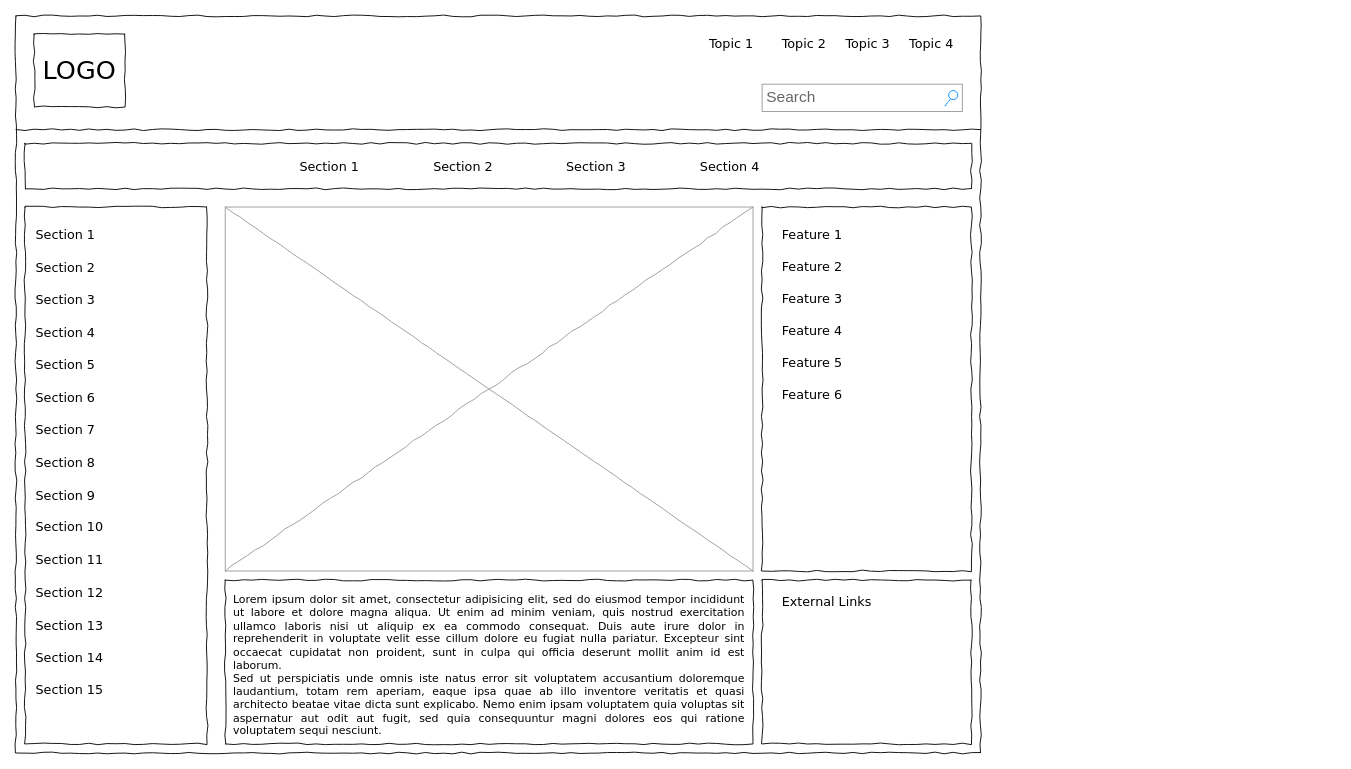
The draw.io diagram Untitled Diagram.drawio in eshaan007/hashnode-blogs, before the edit. Source tidied: cells renumbered, new cells numbered last; positions are measured from the earlier drawing's top-left corner, leaving out a move shared by most shapes. Both pictures are drawn from the tidied source at 91%, with x=0, y=0 at pixel (15, 15).
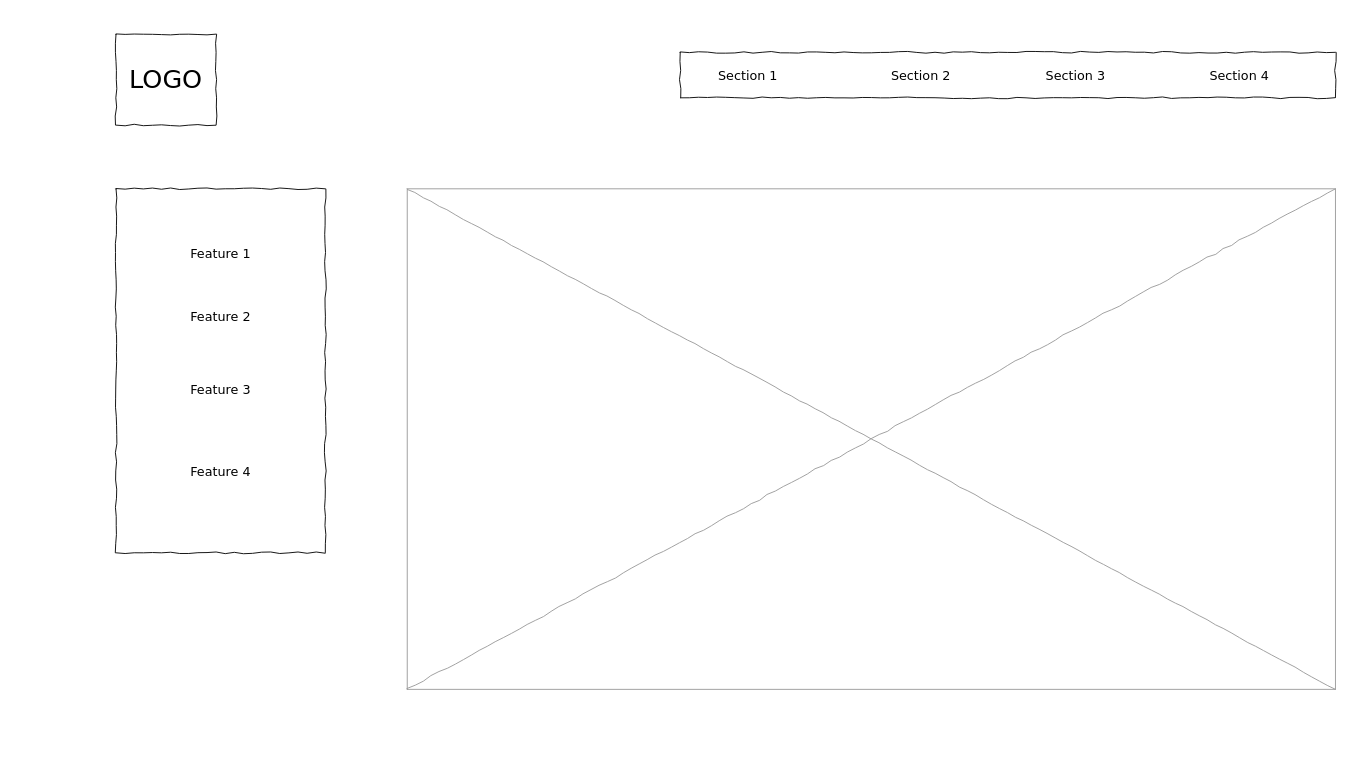
The same page after the edit.

Commit message:
16:9 Aspect Ratio

Change to the diagram source:
```diff
@@
-    <mxCell id="2" style="whiteSpace=wrap;html=1;rounded=0;shadow=0;labelBackgroundColor=none;strokeColor=#000000;strokeWidth=1;fillColor=none;fontFamily=Verdana;fontSize=12;fontColor=#000000;align=center;comic=1;" parent="1" vertex="1">
-      <mxGeometry width="1060" height="810" as="geometry" />
-    </mxCell>
     <mxCell id="3" value="LOGO" style="whiteSpace=wrap;html=1;rounded=0;shadow=0;labelBackgroundColor=none;strokeWidth=1;fontFamily=Verdana;fontSize=28;align=center;comic=1;" parent="1" vertex="1">
-      <mxGeometry x="20" y="20" width="100" height="80" as="geometry" />
+      <mxGeometry x="110" y="20" width="110" height="100" as="geometry" />
     </mxCell>
-    <mxCell id="4" value="Search" style="strokeWidth=1;shadow=0;dashed=0;align=center;html=1;shape=mxgraph.mockup.forms.searchBox;strokeColor=#999999;mainText=;strokeColor2=#008cff;fontColor=#666666;fontSize=17;align=left;spacingLeft=3;rounded=0;labelBackgroundColor=none;comic=1;" parent="1" vertex="1">
-      <mxGeometry x="820" y="75" width="220" height="30" as="geometry" />
-    </mxCell>
-    <mxCell id="5" value="Topic 1" style="text;html=1;align=left;verticalAlign=top;spacingTop=-4;fontSize=14;fontFamily=Verdana;" parent="1" vertex="1">
-      <mxGeometry x="760" y="20" width="60" height="20" as="geometry" />
-    </mxCell>
-    <mxCell id="6" value="Topic 2" style="text;html=1;align=left;verticalAlign=top;spacingTop=-4;fontSize=14;fontFamily=Verdana;" parent="1" vertex="1">
-      <mxGeometry x="840" y="20" width="60" height="20" as="geometry" />
-    </mxCell>
-    <mxCell id="7" value="Topic 3" style="text;html=1;align=left;verticalAlign=top;spacingTop=-4;fontSize=14;fontFamily=Verdana;" parent="1" vertex="1">
-      <mxGeometry x="910" y="20" width="60" height="20" as="geometry" />
-    </mxCell>
-    <mxCell id="8" value="Topic 4" style="text;html=1;align=left;verticalAlign=top;spacingTop=-4;fontSize=14;fontFamily=Verdana;" parent="1" vertex="1">
-      <mxGeometry x="980" y="20" width="60" height="20" as="geometry" />
-    </mxCell>
-    <mxCell id="9" style="whiteSpace=wrap;html=1;rounded=0;shadow=0;labelBackgroundColor=none;strokeWidth=1;fillColor=none;fontFamily=Verdana;fontSize=12;align=center;comic=1;" parent="1" vertex="1">
-      <mxGeometry x="10" y="210" width="200" height="590" as="geometry" />
-    </mxCell>
-    <mxCell id="10" style="line;strokeWidth=1;html=1;rounded=0;shadow=0;labelBackgroundColor=none;fillColor=none;fontFamily=Verdana;fontSize=14;fontColor=#000000;align=center;comic=1;" parent="1" vertex="1">
-      <mxGeometry y="120" width="1060" height="10" as="geometry" />
-    </mxCell>
     <mxCell id="11" style="whiteSpace=wrap;html=1;rounded=0;shadow=0;labelBackgroundColor=none;strokeWidth=1;fillColor=none;fontFamily=Verdana;fontSize=12;align=center;comic=1;" parent="1" vertex="1">
-      <mxGeometry x="10" y="140" width="1040" height="50" as="geometry" />
+      <mxGeometry x="730" y="40" width="720" height="50" as="geometry" />
     </mxCell>
     <mxCell id="12" value="Section 1" style="text;html=1;align=left;verticalAlign=top;spacingTop=-4;fontSize=14;fontFamily=Verdana;" parent="1" vertex="1">
-      <mxGeometry x="310" y="155" width="60" height="20" as="geometry" />
+      <mxGeometry x="770" y="55" width="60" height="20" as="geometry" />
     </mxCell>
     <mxCell id="13" value="Section 2" style="text;html=1;align=left;verticalAlign=top;spacingTop=-4;fontSize=14;fontFamily=Verdana;" parent="1" vertex="1">
-      <mxGeometry x="457" y="155" width="60" height="20" as="geometry" />
+      <mxGeometry x="960" y="55" width="60" height="20" as="geometry" />
     </mxCell>
     <mxCell id="14" value="Section 3" style="text;html=1;align=left;verticalAlign=top;spacingTop=-4;fontSize=14;fontFamily=Verdana;" parent="1" vertex="1">
-      <mxGeometry x="603" y="155" width="60" height="20" as="geometry" />
+      <mxGeometry x="1130" y="55" width="60" height="20" as="geometry" />
     </mxCell>
     <mxCell id="15" value="Section 4" style="text;html=1;align=left;verticalAlign=top;spacingTop=-4;fontSize=14;fontFamily=Verdana;" parent="1" vertex="1">
-      <mxGeometry x="750" y="155" width="60" height="20" as="geometry" />
+      <mxGeometry x="1310" y="55" width="60" height="20" as="geometry" />
     </mxCell>
-    <mxCell id="16" value="&lt;div style=&quot;text-align: justify&quot;&gt;&lt;span&gt;Lorem ipsum dolor sit amet, consectetur adipisicing elit, sed do eiusmod tempor incididunt ut labore et dolore magna aliqua. Ut enim ad minim veniam, quis nostrud exercitation ullamco laboris nisi ut aliquip ex ea commodo consequat. Duis aute irure dolor in reprehenderit in voluptate velit esse cillum dolore eu fugiat nulla pariatur. Excepteur sint occaecat cupidatat non proident, sunt in culpa qui officia deserunt mollit anim id est laborum.&lt;/span&gt;&lt;/div&gt;&lt;div style=&quot;text-align: justify&quot;&gt;&lt;span&gt;Sed ut perspiciatis unde omnis iste natus error sit voluptatem accusantium doloremque laudantium, totam rem aperiam, eaque ipsa quae ab illo inventore veritatis et quasi architecto beatae vitae dicta sunt explicabo. Nemo enim ipsam voluptatem quia voluptas sit aspernatur aut odit aut fugit, sed quia consequuntur magni dolores eos qui ratione voluptatem sequi nesciunt.&amp;nbsp;&lt;/span&gt;&lt;/div&gt;" style="whiteSpace=wrap;html=1;rounded=0;shadow=0;labelBackgroundColor=none;strokeWidth=1;fillColor=none;fontFamily=Verdana;fontSize=12;align=center;verticalAlign=top;spacing=10;comic=1;" parent="1" vertex="1">
-      <mxGeometry x="230" y="620" width="580" height="180" as="geometry" />
-    </mxCell>
     <mxCell id="17" style="verticalLabelPosition=bottom;shadow=0;dashed=0;align=center;html=1;verticalAlign=top;strokeWidth=1;shape=mxgraph.mockup.graphics.simpleIcon;strokeColor=#999999;rounded=0;labelBackgroundColor=none;fontFamily=Verdana;fontSize=14;fontColor=#000000;comic=1;" parent="1" vertex="1">
-      <mxGeometry x="230" y="210" width="580" height="400" as="geometry" />
+      <mxGeometry x="430" y="190" width="1020" height="550" as="geometry" />
     </mxCell>
     <mxCell id="18" style="whiteSpace=wrap;html=1;rounded=0;shadow=0;labelBackgroundColor=none;strokeWidth=1;fillColor=none;fontFamily=Verdana;fontSize=12;align=center;comic=1;" parent="1" vertex="1">
-      <mxGeometry x="820" y="210" width="230" height="400" as="geometry" />
+      <mxGeometry x="110" y="190" width="230" height="400" as="geometry" />
     </mxCell>
-    <mxCell id="19" style="whiteSpace=wrap;html=1;rounded=0;shadow=0;labelBackgroundColor=none;strokeWidth=1;fillColor=none;fontFamily=Verdana;fontSize=12;align=center;comic=1;" parent="1" vertex="1">
-      <mxGeometry x="820" y="620" width="230" height="180" as="geometry" />
-    </mxCell>
-    <mxCell id="20" value="Section 1" style="text;html=1;align=left;verticalAlign=top;spacingTop=-4;fontSize=14;fontFamily=Verdana;" parent="1" vertex="1">
-      <mxGeometry x="20" y="230" width="170" height="20" as="geometry" />
-    </mxCell>
-    <mxCell id="21" value="Section 2" style="text;html=1;align=left;verticalAlign=top;spacingTop=-4;fontSize=14;fontFamily=Verdana;" parent="1" vertex="1">
-      <mxGeometry x="20" y="266" width="170" height="20" as="geometry" />
-    </mxCell>
-    <mxCell id="22" value="Section 3" style="text;html=1;align=left;verticalAlign=top;spacingTop=-4;fontSize=14;fontFamily=Verdana;" parent="1" vertex="1">
-      <mxGeometry x="20" y="301" width="170" height="20" as="geometry" />
-    </mxCell>
-    <mxCell id="23" value="Section 4" style="text;html=1;align=left;verticalAlign=top;spacingTop=-4;fontSize=14;fontFamily=Verdana;" parent="1" vertex="1">
-      <mxGeometry x="20" y="337" width="170" height="20" as="geometry" />
-    </mxCell>
-    <mxCell id="24" value="Section 7" style="text;html=1;align=left;verticalAlign=top;spacingTop=-4;fontSize=14;fontFamily=Verdana;" parent="1" vertex="1">
-      <mxGeometry x="20" y="444" width="170" height="20" as="geometry" />
-    </mxCell>
-    <mxCell id="25" value="Section 8" style="text;html=1;align=left;verticalAlign=top;spacingTop=-4;fontSize=14;fontFamily=Verdana;" parent="1" vertex="1">
-      <mxGeometry x="20" y="480" width="170" height="20" as="geometry" />
-    </mxCell>
-    <mxCell id="26" value="Section 9" style="text;html=1;align=left;verticalAlign=top;spacingTop=-4;fontSize=14;fontFamily=Verdana;" parent="1" vertex="1">
-      <mxGeometry x="20" y="516" width="170" height="20" as="geometry" />
-    </mxCell>
-    <mxCell id="27" value="Section 10" style="text;html=1;align=left;verticalAlign=top;spacingTop=-4;fontSize=14;fontFamily=Verdana;" parent="1" vertex="1">
-      <mxGeometry x="20" y="551" width="170" height="20" as="geometry" />
-    </mxCell>
-    <mxCell id="28" value="Section 11" style="text;html=1;align=left;verticalAlign=top;spacingTop=-4;fontSize=14;fontFamily=Verdana;" parent="1" vertex="1">
-      <mxGeometry x="20" y="587" width="170" height="20" as="geometry" />
-    </mxCell>
-    <mxCell id="29" value="Section 12" style="text;html=1;align=left;verticalAlign=top;spacingTop=-4;fontSize=14;fontFamily=Verdana;" parent="1" vertex="1">
-      <mxGeometry x="20" y="623" width="170" height="20" as="geometry" />
-    </mxCell>
-    <mxCell id="30" value="Section 13" style="text;html=1;align=left;verticalAlign=top;spacingTop=-4;fontSize=14;fontFamily=Verdana;" parent="1" vertex="1">
-      <mxGeometry x="20" y="659" width="170" height="20" as="geometry" />
-    </mxCell>
-    <mxCell id="31" value="Section 14" style="text;html=1;align=left;verticalAlign=top;spacingTop=-4;fontSize=14;fontFamily=Verdana;" parent="1" vertex="1">
-      <mxGeometry x="20" y="694" width="170" height="20" as="geometry" />
-    </mxCell>
-    <mxCell id="32" value="Section 5" style="text;html=1;align=left;verticalAlign=top;spacingTop=-4;fontSize=14;fontFamily=Verdana;" parent="1" vertex="1">
-      <mxGeometry x="20" y="373" width="170" height="20" as="geometry" />
-    </mxCell>
-    <mxCell id="33" value="Section 6" style="text;html=1;align=left;verticalAlign=top;spacingTop=-4;fontSize=14;fontFamily=Verdana;" parent="1" vertex="1">
-      <mxGeometry x="20" y="409" width="170" height="20" as="geometry" />
-    </mxCell>
-    <mxCell id="34" value="Section 15" style="text;html=1;align=left;verticalAlign=top;spacingTop=-4;fontSize=14;fontFamily=Verdana;" parent="1" vertex="1">
-      <mxGeometry x="20" y="730" width="170" height="20" as="geometry" />
-    </mxCell>
-    <mxCell id="35" value="External Links" style="text;html=1;align=left;verticalAlign=top;spacingTop=-4;fontSize=14;fontFamily=Verdana;" parent="1" vertex="1">
-      <mxGeometry x="840" y="633" width="170" height="20" as="geometry" />
-    </mxCell>
     <mxCell id="36" value="Feature 1" style="text;html=1;align=left;verticalAlign=top;spacingTop=-4;fontSize=14;fontFamily=Verdana;" parent="1" vertex="1">
-      <mxGeometry x="840" y="230" width="170" height="20" as="geometry" />
+      <mxGeometry x="190" y="250" width="170" height="20" as="geometry" />
     </mxCell>
     <mxCell id="37" value="Feature 2" style="text;html=1;align=left;verticalAlign=top;spacingTop=-4;fontSize=14;fontFamily=Verdana;" parent="1" vertex="1">
-      <mxGeometry x="840" y="265" width="170" height="20" as="geometry" />
+      <mxGeometry x="190" y="320" width="170" height="20" as="geometry" />
     </mxCell>
     <mxCell id="38" value="Feature 3" style="text;html=1;align=left;verticalAlign=top;spacingTop=-4;fontSize=14;fontFamily=Verdana;" parent="1" vertex="1">
-      <mxGeometry x="840" y="300" width="170" height="20" as="geometry" />
+      <mxGeometry x="190" y="400" width="170" height="20" as="geometry" />
     </mxCell>
     <mxCell id="39" value="Feature 4" style="text;html=1;align=left;verticalAlign=top;spacingTop=-4;fontSize=14;fontFamily=Verdana;" parent="1" vertex="1">
-      <mxGeometry x="840" y="335" width="170" height="20" as="geometry" />
+      <mxGeometry x="190" y="490" width="170" height="20" as="geometry" />
     </mxCell>
-    <mxCell id="40" value="Feature 5" style="text;html=1;align=left;verticalAlign=top;spacingTop=-4;fontSize=14;fontFamily=Verdana;" parent="1" vertex="1">
-      <mxGeometry x="840" y="370" width="170" height="20" as="geometry" />
-    </mxCell>
-    <mxCell id="41" value="Feature 6" style="text;html=1;align=left;verticalAlign=top;spacingTop=-4;fontSize=14;fontFamily=Verdana;" parent="1" vertex="1">
-      <mxGeometry x="840" y="405" width="170" height="20" as="geometry" />
-    </mxCell>
```
